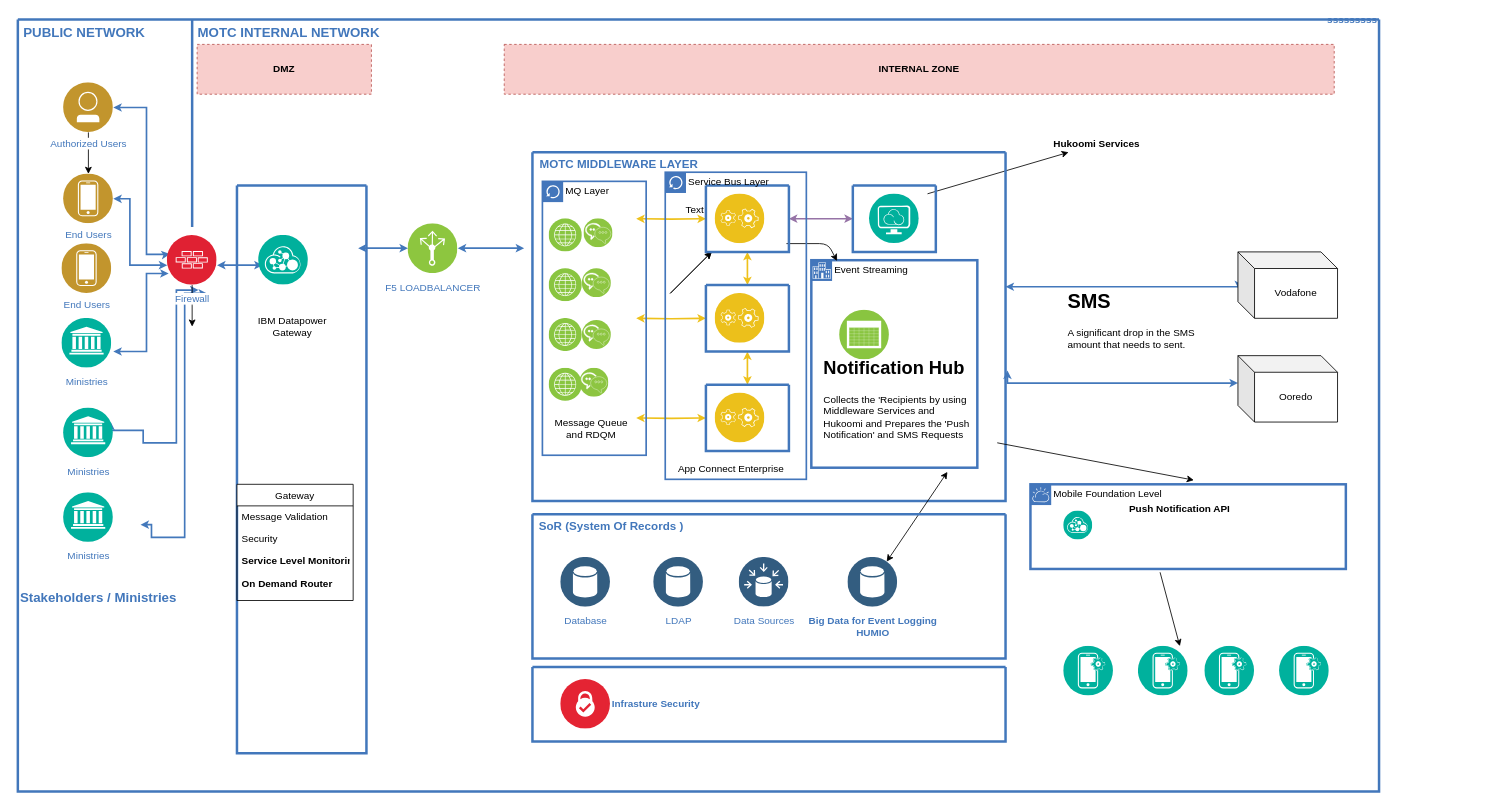
This is Modernized_Channel_Communication.drawio from SalihSipahi/Hattusas, a draw.io file, before an edit. Source tidied: cells renumbered, new cells numbered last; positions are measured from the earlier drawing's top-left corner, leaving out a move shared by most shapes. Both pictures are drawn from the tidied source at 83%, with x=0, y=0 at pixel (14, 19).
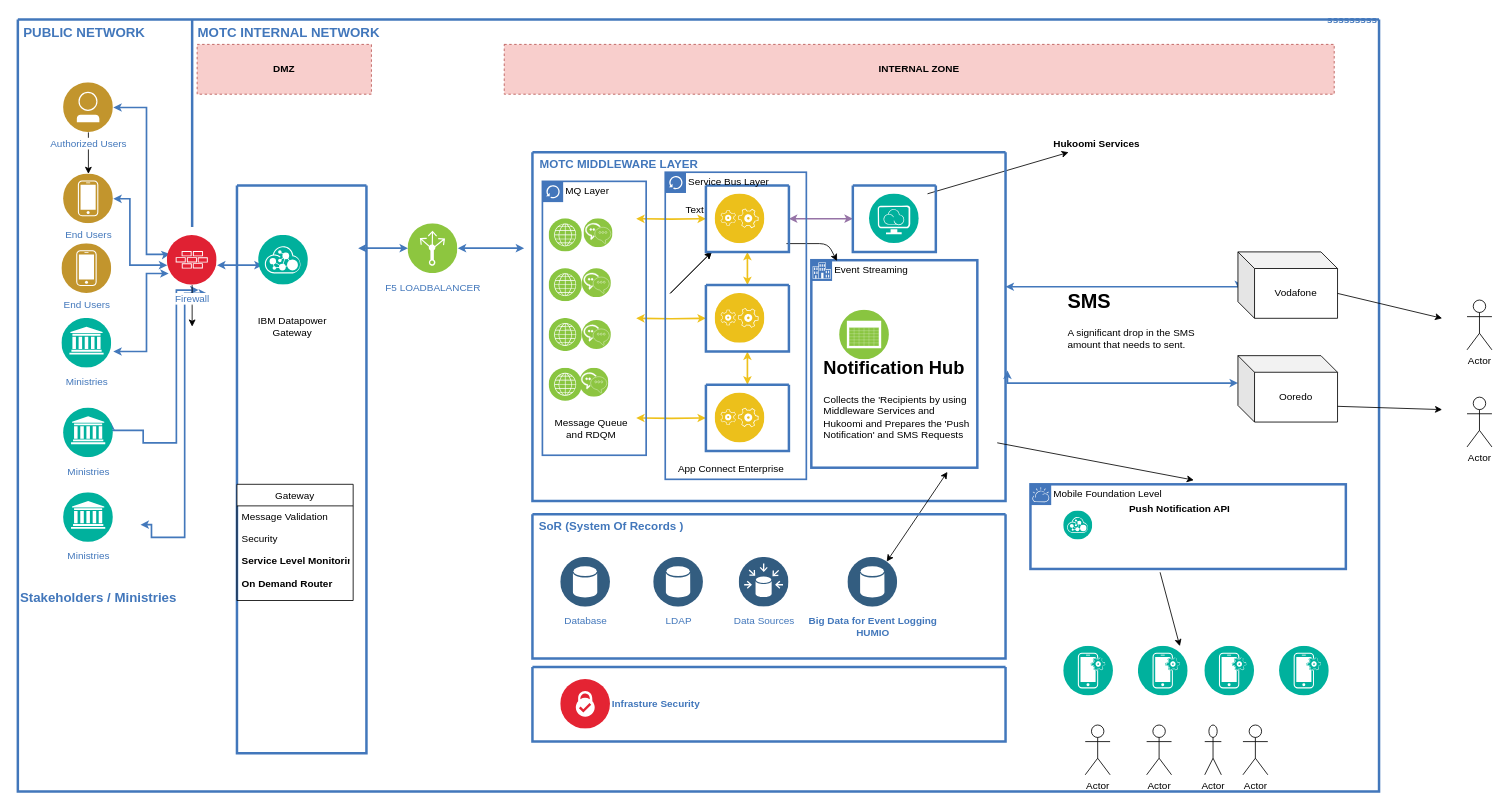
The same diagram, later.

The change refers to these unchanged cells:
```xml
<mxCell id="14" value="sssssssss" style="swimlane;shadow=0;strokeColor=#4277BB;fillColor=#ffffff;fontColor=#4277BB;align=right;startSize=0;strokeWidth=3;" parent="1" vertex="1">
  <mxGeometry x="4" width="1640" height="930" as="geometry" />
</mxCell>
<mxCell id="72" value="Vodafone" style="shape=cube;whiteSpace=wrap;html=1;boundedLbl=1;backgroundOutline=1;darkOpacity=0.05;darkOpacity2=0.1;" parent="14" vertex="1">
  <mxGeometry x="1470" y="280" width="120" height="80" as="geometry" />
</mxCell>
<mxCell id="73" value="Ooredo" style="shape=cube;whiteSpace=wrap;html=1;boundedLbl=1;backgroundOutline=1;darkOpacity=0.05;darkOpacity2=0.1;" parent="14" vertex="1">
  <mxGeometry x="1470" y="405" width="120" height="80" as="geometry" />
</mxCell>
```

The edit, as a diff of the source:
```diff
@@
+    <mxCell id="94" value="Actor" style="shape=umlActor;verticalLabelPosition=bottom;verticalAlign=top;html=1;" parent="14" vertex="1">
+      <mxGeometry x="1360" y="850" width="30" height="60" as="geometry" />
+    </mxCell>
+    <mxCell id="95" value="Actor" style="shape=umlActor;verticalLabelPosition=bottom;verticalAlign=top;html=1;" parent="14" vertex="1">
+      <mxGeometry x="1430" y="850" width="20" height="60" as="geometry" />
+    </mxCell>
+    <mxCell id="96" value="Actor" style="shape=umlActor;verticalLabelPosition=bottom;verticalAlign=top;html=1;" parent="14" vertex="1">
+      <mxGeometry x="1476" y="850" width="30" height="60" as="geometry" />
+    </mxCell>
@@
+    <mxCell id="97" style="endArrow=classic;html=1;exitX=1;exitY=0.763;exitDx=0;exitDy=0;exitPerimeter=0;" parent="1" edge="1" source="73">
+      <mxGeometry relative="1" as="geometry">
+        <mxPoint x="1720" y="470" as="targetPoint" />
+      </mxGeometry>
+    </mxCell>
+    <mxCell id="98" value="Actor" style="shape=umlActor;verticalLabelPosition=bottom;verticalAlign=top;html=1;" parent="1" vertex="1">
+      <mxGeometry x="1750" y="338" width="30" height="60" as="geometry" />
+    </mxCell>
+    <mxCell id="99" value="Actor" style="shape=umlActor;verticalLabelPosition=bottom;verticalAlign=top;html=1;" parent="1" vertex="1">
+      <mxGeometry x="1750" y="455" width="30" height="60" as="geometry" />
+    </mxCell>
+    <mxCell id="100" style="endArrow=classic;html=1;exitX=0;exitY=0;exitDx=120;exitDy=50;exitPerimeter=0;" parent="1" edge="1" source="72">
+      <mxGeometry relative="1" as="geometry">
+        <mxPoint x="1720" y="360" as="targetPoint" />
+      </mxGeometry>
+    </mxCell>
+    <mxCell id="101" value="Actor" style="shape=umlActor;verticalLabelPosition=bottom;verticalAlign=top;html=1;" parent="1" vertex="1">
+      <mxGeometry x="1290" y="850" width="30" height="60" as="geometry" />
+    </mxCell>
```
